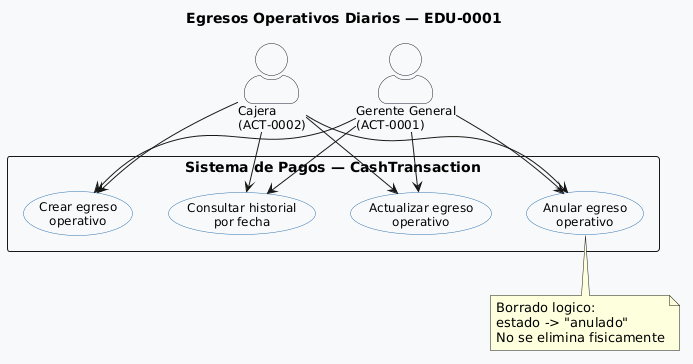
KODA-pe/architecture-docs keeps this PlantUML diagram as services/payments/diagrama de casos de uso/uc-01-egresos-operativos.png. Above is the earlier version. The source it was exported from:
```plantuml
@startuml
skinparam actorStyle awesome
skinparam backgroundColor #F8F9FA
skinparam usecase {
  BackgroundColor #FFFFFF
  BorderColor #2C6FAD
  FontSize 12
}
skinparam actor {
  BackgroundColor #FFFFFF
  BorderColor #1A1A2E
  FontSize 12
}
skinparam packageStyle rectangle
skinparam defaultFontName Arial

title Egresos Operativos Diarios — EDU-0001

actor "Cajera\n(ACT-0002)" as CAJ
actor "Gerente General\n(ACT-0001)" as GER

rectangle "Sistema de Pagos — CashTransaction" {
  usecase "Crear egreso\noperativo" as UC1
  usecase "Consultar historial\npor fecha" as UC2
  usecase "Actualizar egreso\noperativo" as UC3
  usecase "Anular egreso\noperativo" as UC4
}

CAJ --> UC1
CAJ --> UC2
CAJ --> UC3
CAJ --> UC4

GER --> UC1
GER --> UC2
GER --> UC3
GER --> UC4

note bottom of UC4
  Borrado logico:
  estado -> "anulado"
  No se elimina fisicamente
end note
@enduml
```
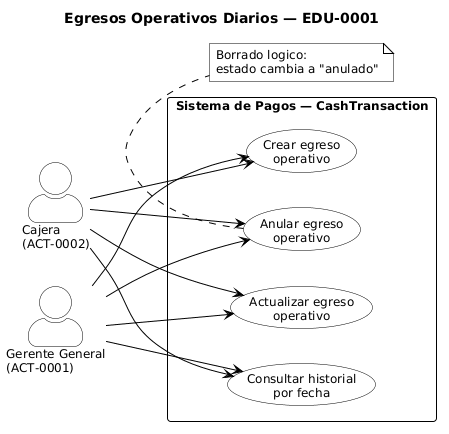
Above is the later version.

The edit, as a diff of the source:
```diff
@@ -1,20 +1,35 @@
 @startuml
+skinparam monochrome true
 skinparam actorStyle awesome
-skinparam backgroundColor #F8F9FA
+skinparam backgroundColor white
+skinparam defaultFontName Arial
+skinparam defaultFontSize 12
+skinparam shadowing false
 skinparam usecase {
-  BackgroundColor #FFFFFF
-  BorderColor #2C6FAD
-  FontSize 12
+  BackgroundColor white
+  BorderColor black
+  FontColor black
 }
 skinparam actor {
-  BackgroundColor #FFFFFF
-  BorderColor #1A1A2E
-  FontSize 12
+  BackgroundColor white
+  BorderColor black
+  FontColor black
 }
-skinparam packageStyle rectangle
-skinparam defaultFontName Arial
+skinparam note {
+  BackgroundColor white
+  BorderColor black
+  FontColor black
+}
+skinparam rectangle {
+  BorderColor black
+  FontColor black
+  BackgroundColor white
+}
+skinparam ArrowColor black
 
 title Egresos Operativos Diarios — EDU-0001
+
+left to right direction
 
 actor "Cajera\n(ACT-0002)" as CAJ
 actor "Gerente General\n(ACT-0001)" as GER
@@ -38,7 +53,6 @@
 
 note bottom of UC4
   Borrado logico:
-  estado -> "anulado"
-  No se elimina fisicamente
+  estado cambia a "anulado"
 end note
 @enduml
```
